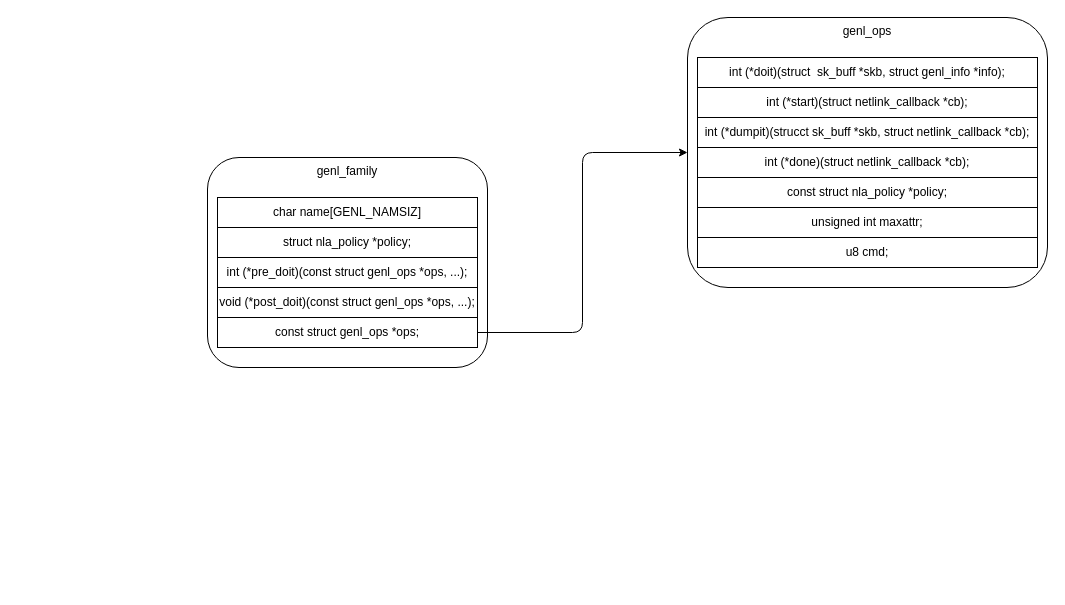
Earlier version of the draw.io diagram page "genl数据结构" (4 of 5) of Netlink.drawio (Aspiresky/draw.io). Source tidied: cells renumbered, new cells numbered last; positions are measured from the earlier drawing's top-left corner, leaving out a move shared by most shapes. Both pictures are drawn from the tidied source at 100%, with x=0, y=0 at pixel (207, 17).
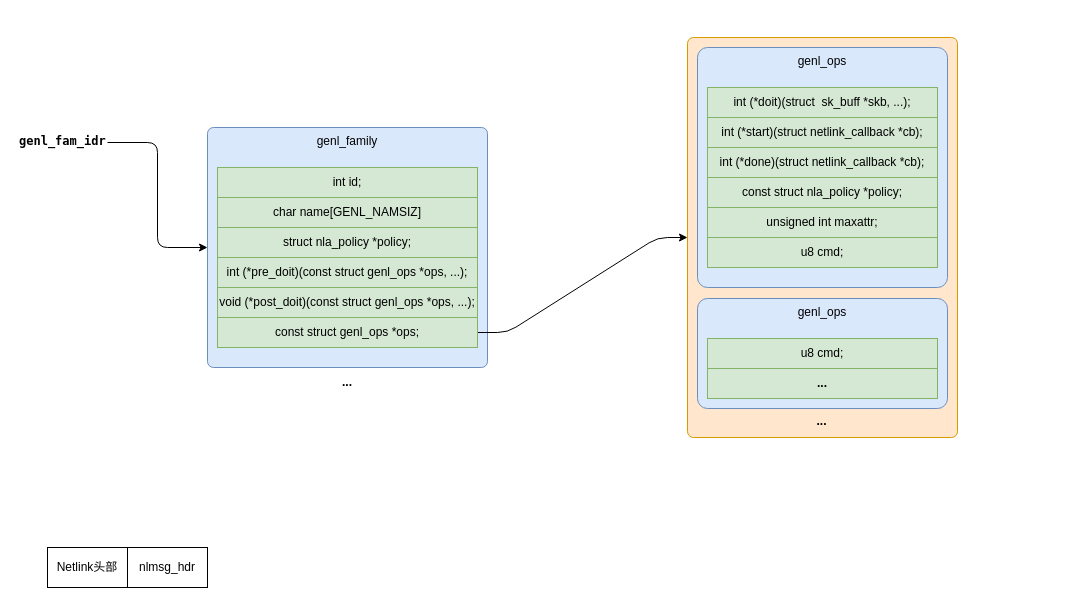
The same diagram, later.

What changed in the source:
```diff
@@
-    <mxCell id="2" value="genl_family" style="rounded=1;whiteSpace=wrap;html=1;verticalAlign=top;" parent="1" vertex="1">
-      <mxGeometry y="140" width="280" height="210" as="geometry" />
+    <mxCell id="2" value="genl_family" style="rounded=1;whiteSpace=wrap;html=1;verticalAlign=top;arcSize=12;absoluteArcSize=1;fillColor=#dae8fc;strokeColor=#6c8ebf;" parent="1" vertex="1">
+      <mxGeometry y="110" width="280" height="240" as="geometry" />
     </mxCell>
-    <mxCell id="3" value="struct nla_policy *policy;" style="rounded=0;whiteSpace=wrap;html=1;" parent="1" vertex="1">
+    <mxCell id="3" value="struct nla_policy *policy;" style="rounded=0;whiteSpace=wrap;html=1;fillColor=#d5e8d4;strokeColor=#82b366;" parent="1" vertex="1">
       <mxGeometry x="10" y="210" width="260" height="30" as="geometry" />
     </mxCell>
-    <mxCell id="4" value="int (*pre_doit)(const struct genl_ops *ops, ...);" style="rounded=0;whiteSpace=wrap;html=1;" parent="1" vertex="1">
+    <mxCell id="4" value="int (*pre_doit)(const struct genl_ops *ops, ...);" style="rounded=0;whiteSpace=wrap;html=1;fillColor=#d5e8d4;strokeColor=#82b366;" parent="1" vertex="1">
       <mxGeometry x="10" y="240" width="260" height="30" as="geometry" />
     </mxCell>
-    <mxCell id="5" value="void (*post_doit)(const struct genl_ops *ops, ...);" style="rounded=0;whiteSpace=wrap;html=1;" parent="1" vertex="1">
+    <mxCell id="5" value="void (*post_doit)(const struct genl_ops *ops, ...);" style="rounded=0;whiteSpace=wrap;html=1;fillColor=#d5e8d4;strokeColor=#82b366;" parent="1" vertex="1">
       <mxGeometry x="10" y="270" width="260" height="30" as="geometry" />
     </mxCell>
-    <mxCell id="6" style="edgeStyle=orthogonalEdgeStyle;rounded=1;jettySize=auto;html=1;exitX=1;exitY=0.5;exitDx=0;exitDy=0;entryX=0;entryY=0.5;entryDx=0;entryDy=0;curved=0;" parent="1" edge="1" source="7" target="9">
+    <mxCell id="6" style="edgeStyle=entityRelationEdgeStyle;rounded=1;jettySize=auto;html=1;exitX=1;exitY=0.5;exitDx=0;exitDy=0;entryX=0;entryY=0.5;entryDx=0;entryDy=0;" parent="1" edge="1" source="7" target="21">
       <mxGeometry relative="1" as="geometry" />
     </mxCell>
-    <mxCell id="7" value="const struct genl_ops *ops;" style="rounded=0;whiteSpace=wrap;html=1;" parent="1" vertex="1">
+    <mxCell id="7" value="const struct genl_ops *ops;" style="rounded=0;whiteSpace=wrap;html=1;fillColor=#d5e8d4;strokeColor=#82b366;" parent="1" vertex="1">
       <mxGeometry x="10" y="300" width="260" height="30" as="geometry" />
     </mxCell>
-    <mxCell id="8" value="char name[GENL_NAMSIZ]" style="rounded=0;whiteSpace=wrap;html=1;" parent="1" vertex="1">
+    <mxCell id="8" value="char name[GENL_NAMSIZ]" style="rounded=0;whiteSpace=wrap;html=1;fillColor=#d5e8d4;strokeColor=#82b366;" parent="1" vertex="1">
       <mxGeometry x="10" y="180" width="260" height="30" as="geometry" />
     </mxCell>
-    <mxCell id="9" value="genl_ops" style="rounded=1;whiteSpace=wrap;html=1;verticalAlign=top;" parent="1" vertex="1">
-      <mxGeometry x="480" width="360" height="270" as="geometry" />
-    </mxCell>
+    <mxCell id="17" value="int id;" style="rounded=0;whiteSpace=wrap;html=1;fillColor=#d5e8d4;strokeColor=#82b366;" parent="1" vertex="1">
+      <mxGeometry x="10" y="150" width="260" height="30" as="geometry" />
+    </mxCell>
+    <mxCell id="18" style="edgeStyle=orthogonalEdgeStyle;rounded=1;jettySize=auto;html=1;exitX=1;exitY=0.5;exitDx=0;exitDy=0;entryX=0;entryY=0.5;entryDx=0;entryDy=0;curved=0;" parent="1" edge="1" source="19" target="2">
+      <mxGeometry relative="1" as="geometry" />
+    </mxCell>
+    <mxCell id="19" value="genl_fam_idr" style="text;whiteSpace=wrap;fontStyle=1;fontFamily=Lucida Console;rounded=0;" parent="1" vertex="1">
+      <mxGeometry x="-190" y="110" width="90" height="30" as="geometry" />
+    </mxCell>
+    <mxCell id="20" value="..." style="rounded=0;whiteSpace=wrap;html=1;opacity=0;fontStyle=1;" parent="1" vertex="1">
+      <mxGeometry y="350" width="280" height="30" as="geometry" />
+    </mxCell>
+    <mxCell id="21" style="rounded=1;whiteSpace=wrap;html=1;fillOpacity=100;strokeOpacity=100;arcSize=12;absoluteArcSize=1;fillColor=#ffe6cc;strokeColor=#d79b00;" parent="1" vertex="1">
+      <mxGeometry x="480" y="20" width="270" height="400" as="geometry" />
+    </mxCell>
+    <mxCell id="22" value="genl_ops" style="rounded=1;whiteSpace=wrap;html=1;verticalAlign=top;absoluteArcSize=1;fillColor=#dae8fc;strokeColor=#6c8ebf;" parent="1" vertex="1">
+      <mxGeometry x="490" y="30" width="250" height="240" as="geometry" />
+    </mxCell>
-    <mxCell id="10" value="int (*start)(struct netlink_callback *cb);" style="rounded=0;whiteSpace=wrap;html=1;" parent="1" vertex="1">
-      <mxGeometry x="490" y="70" width="340" height="30" as="geometry" />
+    <mxCell id="10" value="int (*start)(struct netlink_callback *cb);" style="rounded=0;whiteSpace=wrap;html=1;fillColor=#d5e8d4;strokeColor=#82b366;" parent="1" vertex="1">
+      <mxGeometry x="500" y="100" width="230" height="30" as="geometry" />
     </mxCell>
-    <mxCell id="11" value="int (*dumpit)(strucct sk_buff *skb, struct netlink_callback *cb);" style="rounded=0;whiteSpace=wrap;html=1;" parent="1" vertex="1">
-      <mxGeometry x="490" y="100" width="340" height="30" as="geometry" />
-    </mxCell>
-    <mxCell id="12" value="int (*done)(struct netlink_callback *cb);" style="rounded=0;whiteSpace=wrap;html=1;" parent="1" vertex="1">
-      <mxGeometry x="490" y="130" width="340" height="30" as="geometry" />
+    <mxCell id="12" value="int (*done)(struct netlink_callback *cb);" style="rounded=0;whiteSpace=wrap;html=1;fillColor=#d5e8d4;strokeColor=#82b366;" parent="1" vertex="1">
+      <mxGeometry x="500" y="130" width="230" height="30" as="geometry" />
     </mxCell>
-    <mxCell id="13" value="const struct nla_policy *policy;" style="rounded=0;whiteSpace=wrap;html=1;" parent="1" vertex="1">
-      <mxGeometry x="490" y="160" width="340" height="30" as="geometry" />
+    <mxCell id="13" value="const struct nla_policy *policy;" style="rounded=0;whiteSpace=wrap;html=1;fillColor=#d5e8d4;strokeColor=#82b366;" parent="1" vertex="1">
+      <mxGeometry x="500" y="160" width="230" height="30" as="geometry" />
     </mxCell>
-    <mxCell id="14" value="int (*doit)(struct&amp;nbsp; sk_buff *skb, struct genl_info *info);" style="rounded=0;whiteSpace=wrap;html=1;" parent="1" vertex="1">
-      <mxGeometry x="490" y="40" width="340" height="30" as="geometry" />
-    </mxCell>
+    <mxCell id="23" value="int (*doit)(struct&amp;nbsp; sk_buff *skb, ...);" style="rounded=0;whiteSpace=wrap;html=1;fillColor=#d5e8d4;strokeColor=#82b366;" parent="1" vertex="1">
+      <mxGeometry x="500" y="70" width="230" height="30" as="geometry" />
+    </mxCell>
-    <mxCell id="15" value="unsigned int maxattr;" style="rounded=0;whiteSpace=wrap;html=1;" parent="1" vertex="1">
-      <mxGeometry x="490" y="190" width="340" height="30" as="geometry" />
+    <mxCell id="15" value="unsigned int maxattr;" style="rounded=0;whiteSpace=wrap;html=1;fillColor=#d5e8d4;strokeColor=#82b366;" parent="1" vertex="1">
+      <mxGeometry x="500" y="190" width="230" height="30" as="geometry" />
     </mxCell>
-    <mxCell id="16" value="u8 cmd;" style="rounded=0;whiteSpace=wrap;html=1;" parent="1" vertex="1">
-      <mxGeometry x="490" y="220" width="340" height="30" as="geometry" />
-    </mxCell>
+    <mxCell id="24" value="u8 cmd;" style="rounded=0;whiteSpace=wrap;html=1;fillColor=#d5e8d4;strokeColor=#82b366;" parent="1" vertex="1">
+      <mxGeometry x="500" y="220" width="230" height="30" as="geometry" />
+    </mxCell>
+    <mxCell id="25" value="genl_ops" style="rounded=1;whiteSpace=wrap;html=1;verticalAlign=top;absoluteArcSize=1;fillColor=#dae8fc;strokeColor=#6c8ebf;" parent="1" vertex="1">
+      <mxGeometry x="490" y="281" width="250" height="110" as="geometry" />
+    </mxCell>
+    <mxCell id="26" value="u8 cmd;" style="rounded=0;whiteSpace=wrap;html=1;fillColor=#d5e8d4;strokeColor=#82b366;" parent="1" vertex="1">
+      <mxGeometry x="500" y="321" width="230" height="30" as="geometry" />
+    </mxCell>
+    <mxCell id="27" value="..." style="rounded=0;whiteSpace=wrap;html=1;fontStyle=1;fillColor=#d5e8d4;strokeColor=#82b366;" parent="1" vertex="1">
+      <mxGeometry x="500" y="351" width="230" height="30" as="geometry" />
+    </mxCell>
+    <mxCell id="28" value="..." style="rounded=0;whiteSpace=wrap;html=1;opacity=0;fontStyle=1;" parent="1" vertex="1">
+      <mxGeometry x="499" y="391" width="231" height="25" as="geometry" />
+    </mxCell>
+    <mxCell id="29" value="Netlink头部" style="rounded=0;whiteSpace=wrap;html=1;" parent="1" vertex="1">
+      <mxGeometry x="-160" y="530" width="80" height="40" as="geometry" />
+    </mxCell>
+    <mxCell id="30" value="nlmsg_hdr" style="rounded=0;whiteSpace=wrap;html=1;" parent="1" vertex="1">
+      <mxGeometry x="-80" y="530" width="80" height="40" as="geometry" />
+    </mxCell>
```
